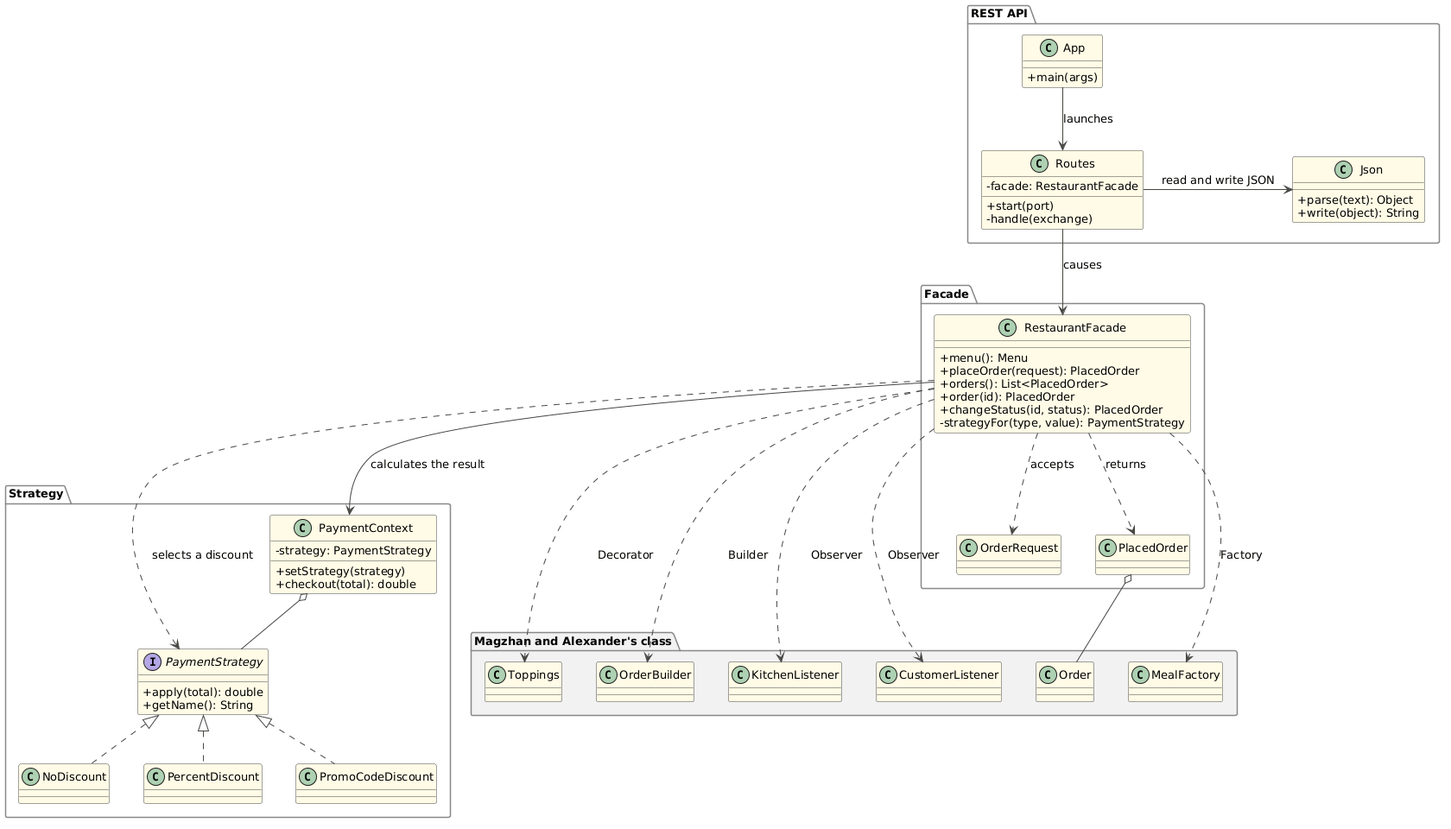
Earlier version of the PlantUML export docs/Strategy-Facade-REST_Api/Strategy-facade-api.png (InkarTolegen2/restaurant-ordering-SDP-Final).
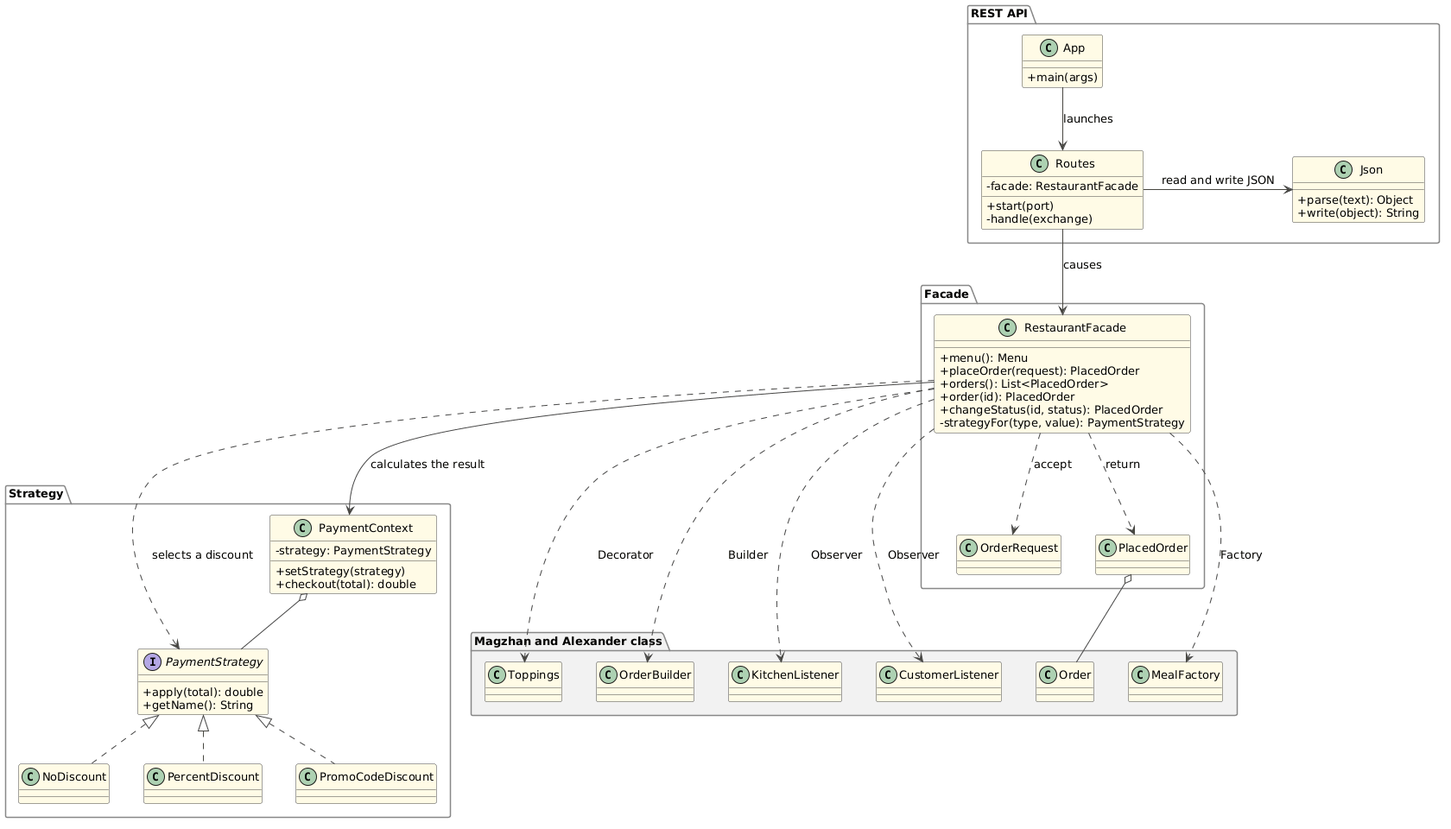
After the commit.

Change to the diagram source:
```diff
@@ -59,7 +59,7 @@
   }
 }
 
-package "Magzhan and Alexander's class" #F2F2F2 {
+package "Magzhan and Alexander class" #F2F2F2 {
   class MealFactory
   class Toppings
   class OrderBuilder
@@ -72,8 +72,8 @@
 Routes -right-> Json : read and write JSON
 Routes -down-> RestaurantFacade : causes
 
-RestaurantFacade ..> OrderRequest : accepts
-RestaurantFacade ..> PlacedOrder : returns
+RestaurantFacade ..> OrderRequest : accept
+RestaurantFacade ..> PlacedOrder : return
 PlacedOrder o-- Order
 
 RestaurantFacade -down-> PaymentContext : calculates the result
```
